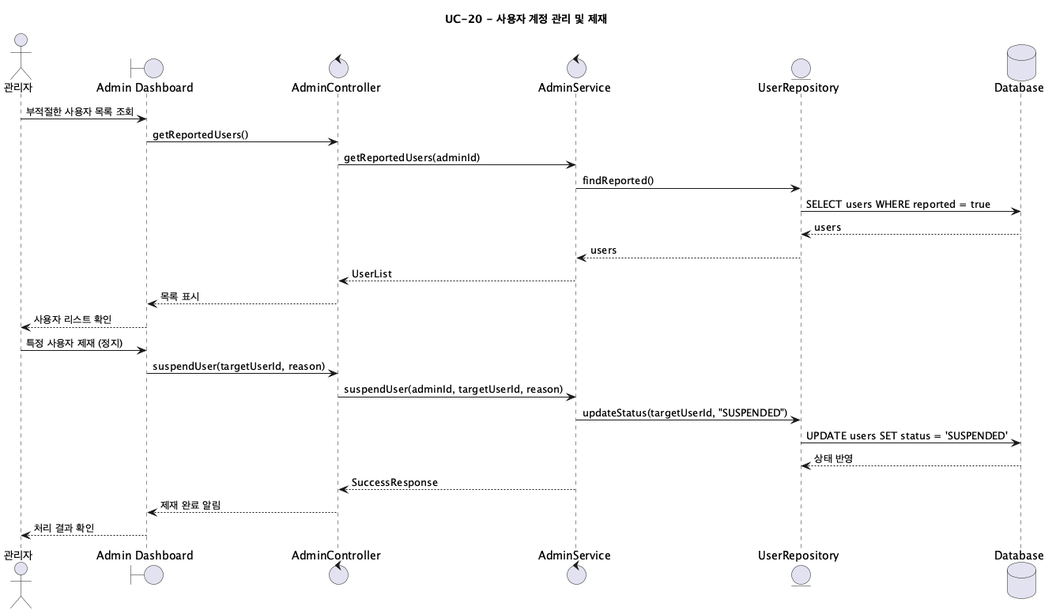
Earlier version of the PlantUML export screenshots/sequence-diagram/UC20_UserAccountAdmin.png (jeongiryang/SoftwareEngineering_team15_project_-Smart-Edu-Platform).
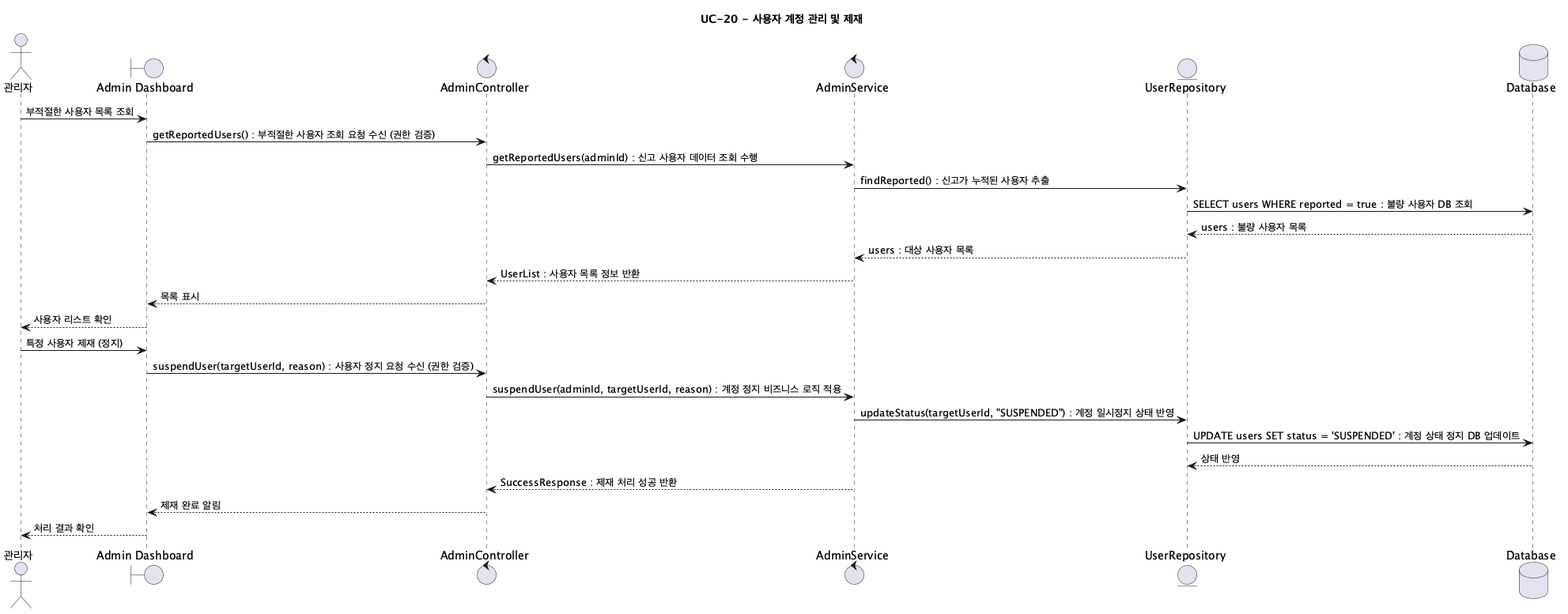
The same diagram one commit later.

Diff of the diagram source:
```diff
@@ -9,23 +9,23 @@
 database "Database" as DB
 
 Admin -> UI: 부적절한 사용자 목록 조회
-UI -> AdminController: getReportedUsers()
-AdminController -> AdminService: getReportedUsers(adminId)
-AdminService -> UserRepository: findReported()
-UserRepository -> DB: SELECT users WHERE reported = true
-DB --> UserRepository: users
-UserRepository --> AdminService: users
-AdminService --> AdminController: UserList
+UI -> AdminController: getReportedUsers() : 부적절한 사용자 조회 요청 수신 (권한 검증)
+AdminController -> AdminService: getReportedUsers(adminId) : 신고 사용자 데이터 조회 수행
+AdminService -> UserRepository: findReported() : 신고가 누적된 사용자 추출
+UserRepository -> DB: SELECT users WHERE reported = true : 불량 사용자 DB 조회
+DB --> UserRepository: users : 불량 사용자 목록
+UserRepository --> AdminService: users : 대상 사용자 목록
+AdminService --> AdminController: UserList : 사용자 목록 정보 반환
 AdminController --> UI: 목록 표시
 UI --> Admin: 사용자 리스트 확인
 
 Admin -> UI: 특정 사용자 제재 (정지)
-UI -> AdminController: suspendUser(targetUserId, reason)
-AdminController -> AdminService: suspendUser(adminId, targetUserId, reason)
-AdminService -> UserRepository: updateStatus(targetUserId, "SUSPENDED")
-UserRepository -> DB: UPDATE users SET status = 'SUSPENDED'
+UI -> AdminController: suspendUser(targetUserId, reason) : 사용자 정지 요청 수신 (권한 검증)
+AdminController -> AdminService: suspendUser(adminId, targetUserId, reason) : 계정 정지 비즈니스 로직 적용
+AdminService -> UserRepository: updateStatus(targetUserId, "SUSPENDED") : 계정 일시정지 상태 반영
+UserRepository -> DB: UPDATE users SET status = 'SUSPENDED' : 계정 상태 정지 DB 업데이트
 DB --> UserRepository: 상태 반영
-AdminService --> AdminController: SuccessResponse
+AdminService --> AdminController: SuccessResponse : 제재 처리 성공 반환
 AdminController --> UI: 제재 완료 알림
 UI --> Admin: 처리 결과 확인
 @enduml
```
